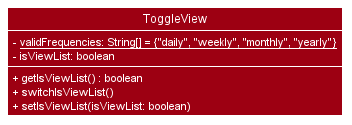
AY1920S2-CS2103-T09-3/main keeps this PlantUML diagram as images/chart-analytics/ToggleViewClassDiagram.png. Above is the earlier version.
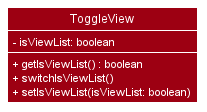
After the change.

The edit, as a diff of the source:
```diff
@@ -53,7 +53,6 @@
 skinparam classBackgroundColor #9D0012
 
 Class ToggleView {
-    <color:#white>- <u>validFrequencies: String[] = {"daily", "weekly", "monthly", "yearly"}</u>
     <color:#white>- isViewList: boolean
 
     <color:#white>+ getIsViewList() : boolean
```
